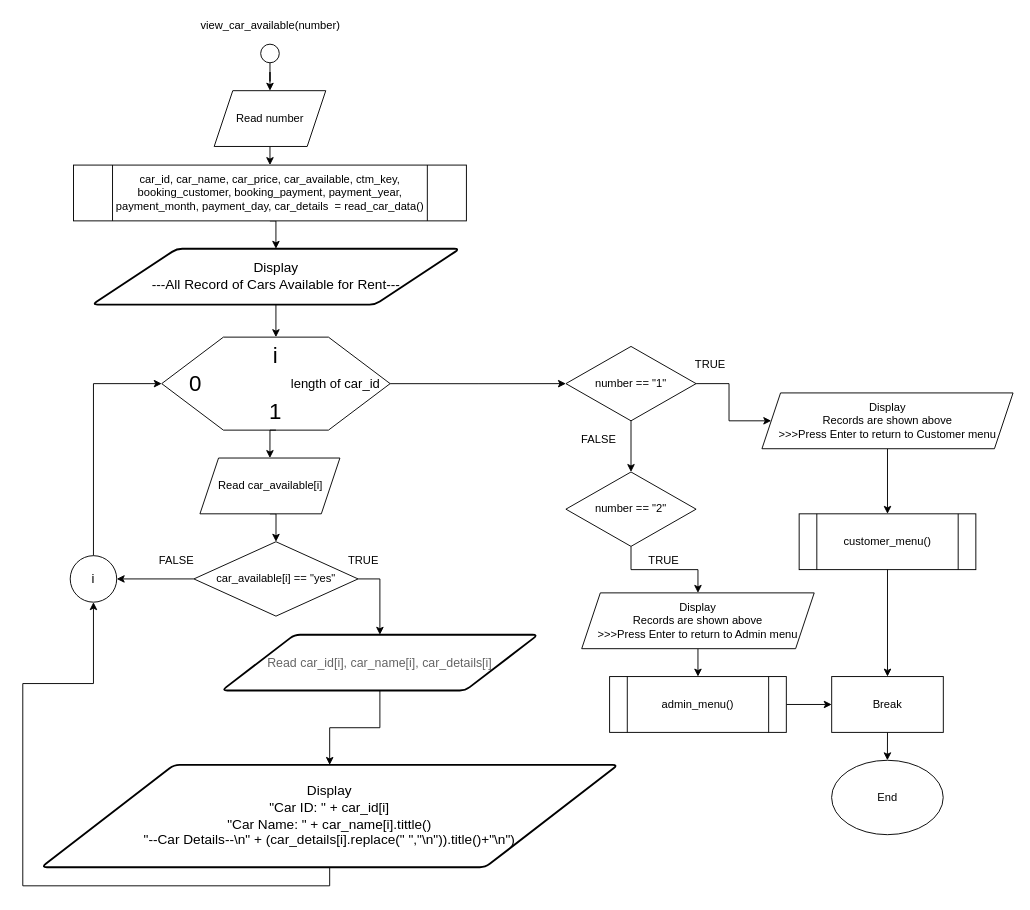
Earlier version of the draw.io diagram page "view_car_available(number)" (9 of 27) of Flowchart.drawio (LeeRenJie/python-assignment). Source tidied: cells renumbered, new cells numbered last; positions are measured from the earlier drawing's top-left corner, leaving out a move shared by most shapes. Both pictures are drawn from the tidied source at 93%, with x=0, y=0 at pixel (41, 16).
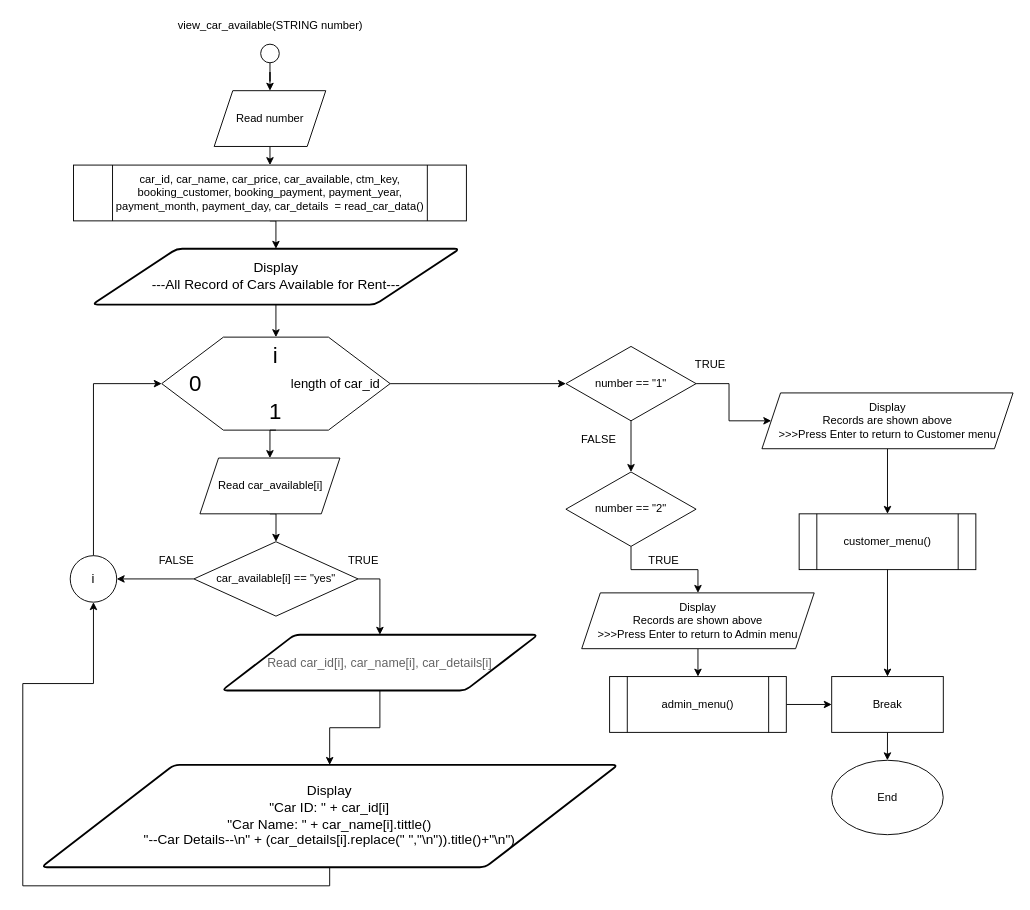
The same page after the edit.

Change to the diagram source:
```diff
@@
-    <mxCell id="50" value="view_car_available(number)" style="text;html=1;align=center;verticalAlign=middle;" parent="1" vertex="1">
-      <mxGeometry x="160.8" width="170" height="20" as="geometry" />
+    <mxCell id="50" value="view_car_available(STRING number)" style="text;html=1;align=center;verticalAlign=middle;" parent="1" vertex="1">
+      <mxGeometry x="140.8" width="210" height="20" as="geometry" />
     </mxCell>
```
